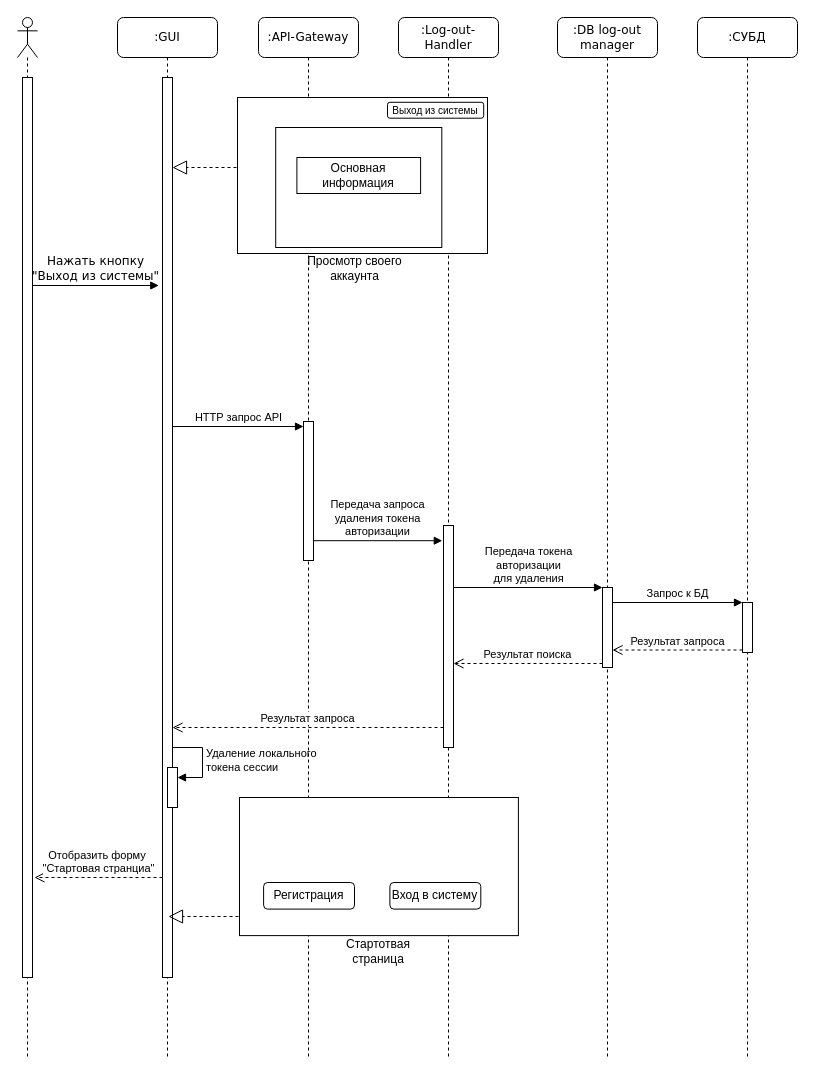
Before: raw_diagrams/log_out_request_flow_diagram.drawio in AS2/internet_technologies, a draw.io diagram. Source tidied: cells renumbered, new cells numbered last; positions are measured from the earlier drawing's top-left corner, leaving out a move shared by most shapes. Both pictures are drawn from the tidied source at 100%, with x=0, y=0 at pixel (17, 17).
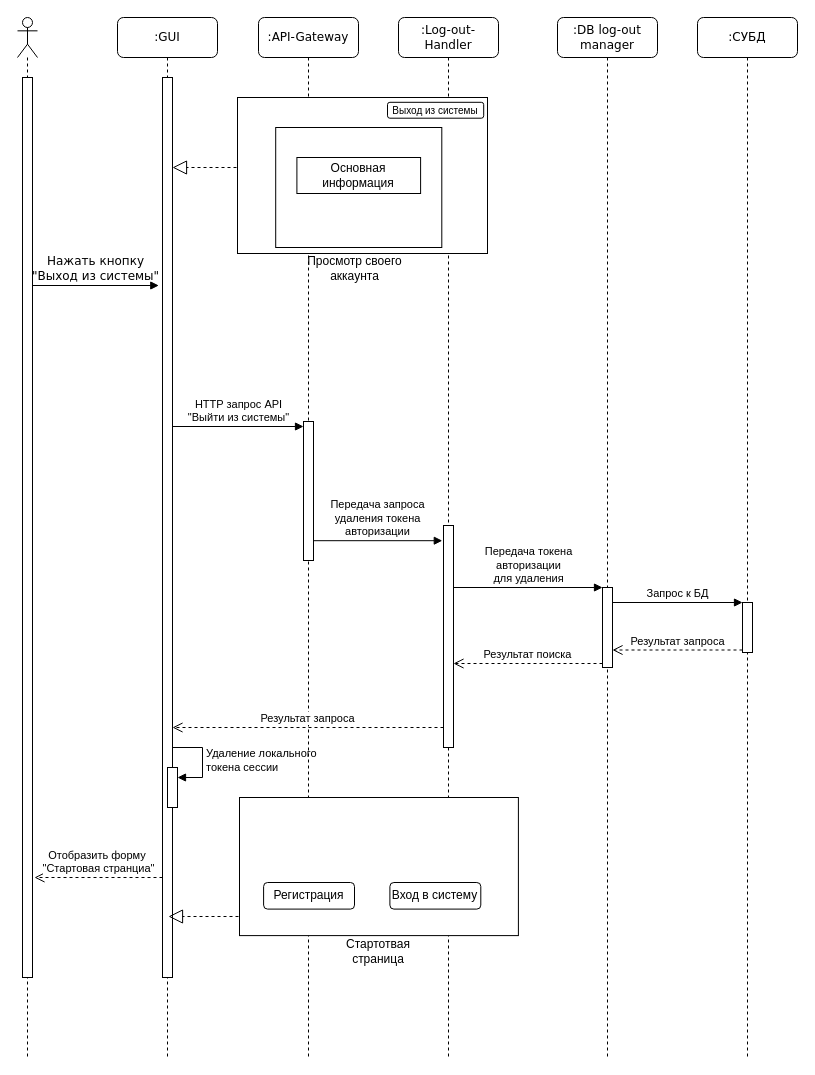
The same page after the edit.

Unchanged cells that the change refers to:
```xml
<mxCell id="8" style="html=1;points=[[0,0,0,0,5],[0,1,0,0,-5],[1,0,0,0,5],[1,1,0,0,-5]];perimeter=orthogonalPerimeter;outlineConnect=0;targetShapes=umlLifeline;portConstraint=eastwest;newEdgeStyle={&quot;curved&quot;:0,&quot;rounded&quot;:0};" parent="7" vertex="1">
  <mxGeometry x="45" y="404" width="10" height="139" as="geometry" />
</mxCell>
```

What changed in the source:
```diff
@@
-    <mxCell id="20" value="HTTP запрос API" style="html=1;verticalAlign=bottom;endArrow=block;entryX=0;entryY=0;rounded=0;entryDx=0;entryDy=5;entryPerimeter=0;" parent="1" edge="1" target="8">
+    <mxCell id="20" value="HTTP запрос API&lt;div&gt;&quot;Выйти из системы&quot;&lt;/div&gt;" style="html=1;verticalAlign=bottom;endArrow=block;entryX=0;entryY=0;rounded=0;entryDx=0;entryDy=5;entryPerimeter=0;" parent="1" edge="1" target="8">
       <mxGeometry relative="1" as="geometry">
         <mxPoint x="155" y="409" as="sourcePoint" />
       </mxGeometry>
     </mxCell>
```
